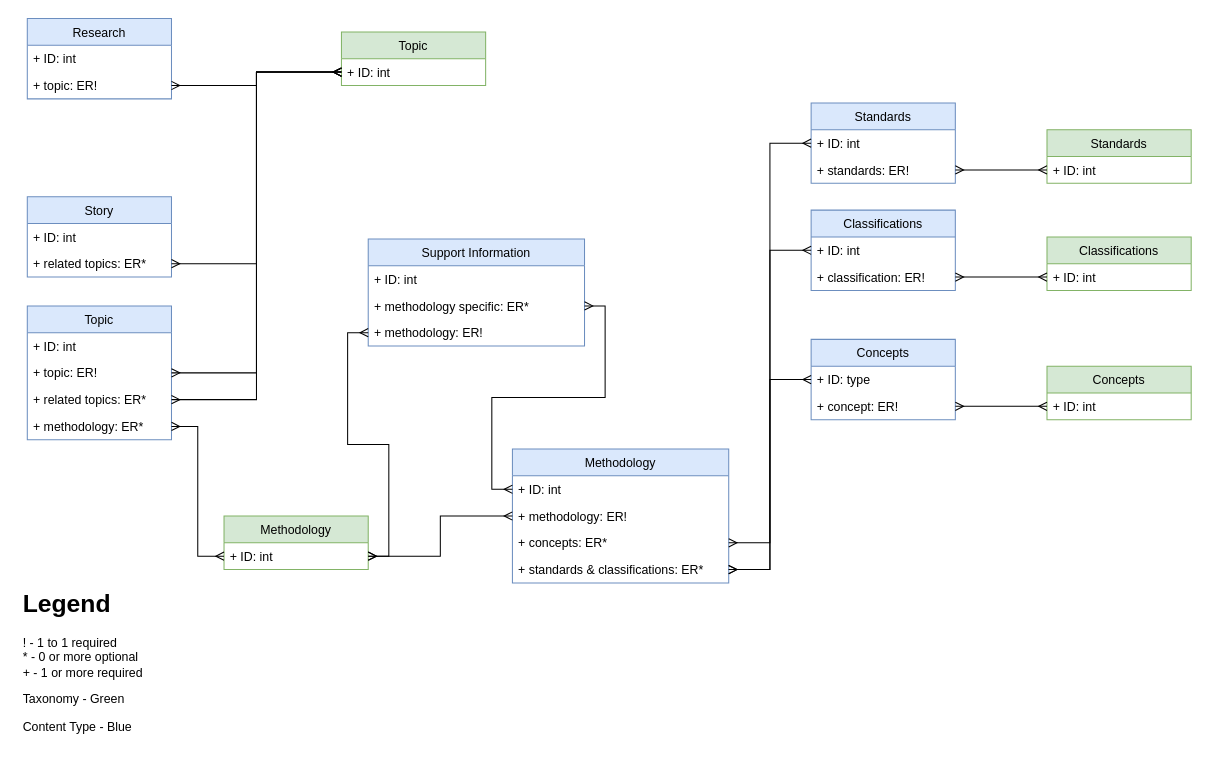
Earlier version of the draw.io diagram Untitled Diagram.drawio (rhys-mcguckin/d8-features). Source tidied: cells renumbered, new cells numbered last; positions are measured from the earlier drawing's top-left corner, leaving out a move shared by most shapes. Both pictures are drawn from the tidied source at 103%, with x=0, y=0 at pixel (18, 19).
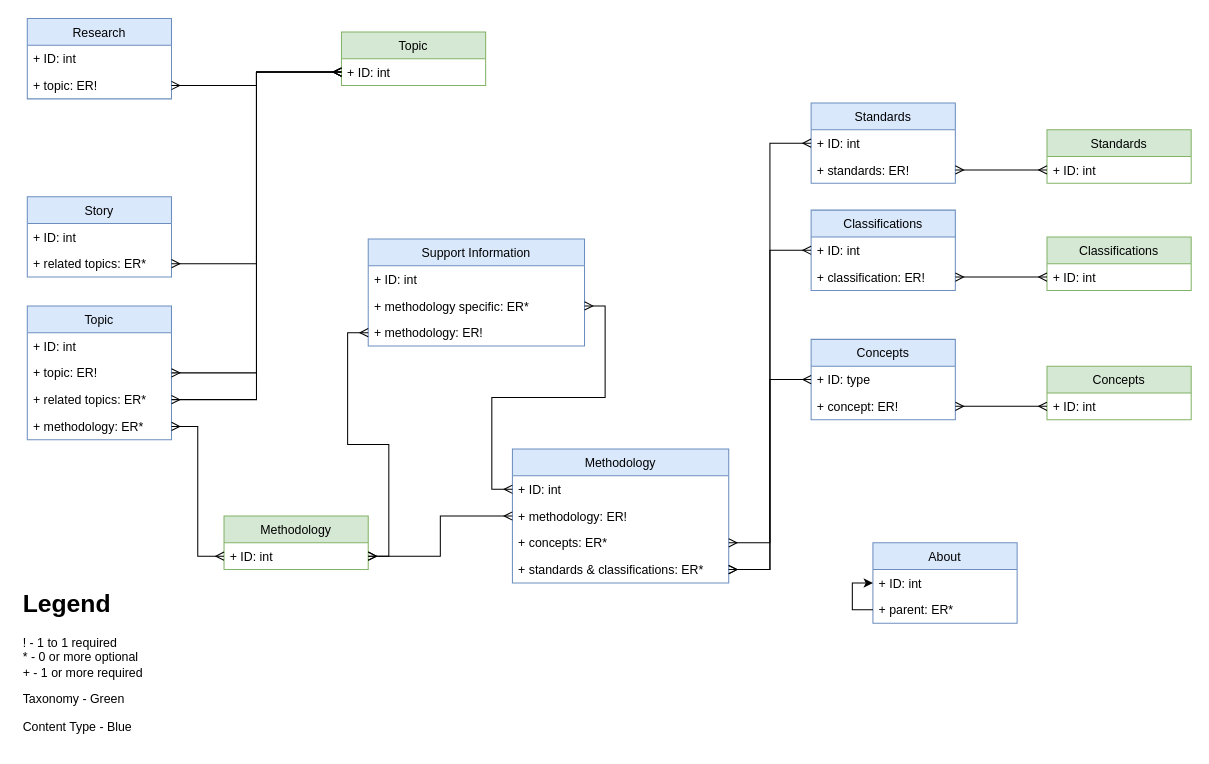
The same diagram, later.

Commit message:
Add About Page

What changed in the source:
```diff
@@
+    <mxCell id="56" value="About" style="swimlane;fontStyle=0;horizontal=1;startSize=26;fillColor=#dae8fc;strokeColor=#6c8ebf;" parent="1" vertex="1">
+      <mxGeometry x="830" y="508.5" width="140" height="78" as="geometry" />
+    </mxCell>
+    <mxCell id="57" value="+ ID: int" style="text;strokeColor=none;fillColor=none;align=left;verticalAlign=top;spacingLeft=4;spacingRight=4;overflow=hidden;points=[[0,0.5],[1,0.5]];portConstraint=eastwest;" parent="56" vertex="1">
+      <mxGeometry y="26" width="140" height="26" as="geometry" />
+    </mxCell>
+    <mxCell id="58" style="edgeStyle=orthogonalEdgeStyle;rounded=0;jettySize=auto;html=1;entryX=0;entryY=0.5;entryDx=0;entryDy=0;" parent="56" edge="1" source="59" target="57">
+      <mxGeometry relative="1" as="geometry" />
+    </mxCell>
+    <mxCell id="59" value="+ parent: ER*" style="text;strokeColor=none;fillColor=none;align=left;verticalAlign=top;spacingLeft=4;spacingRight=4;overflow=hidden;points=[[0,0.5],[1,0.5]];portConstraint=eastwest;" parent="56" vertex="1">
+      <mxGeometry y="52" width="140" height="26" as="geometry" />
+    </mxCell>
```
